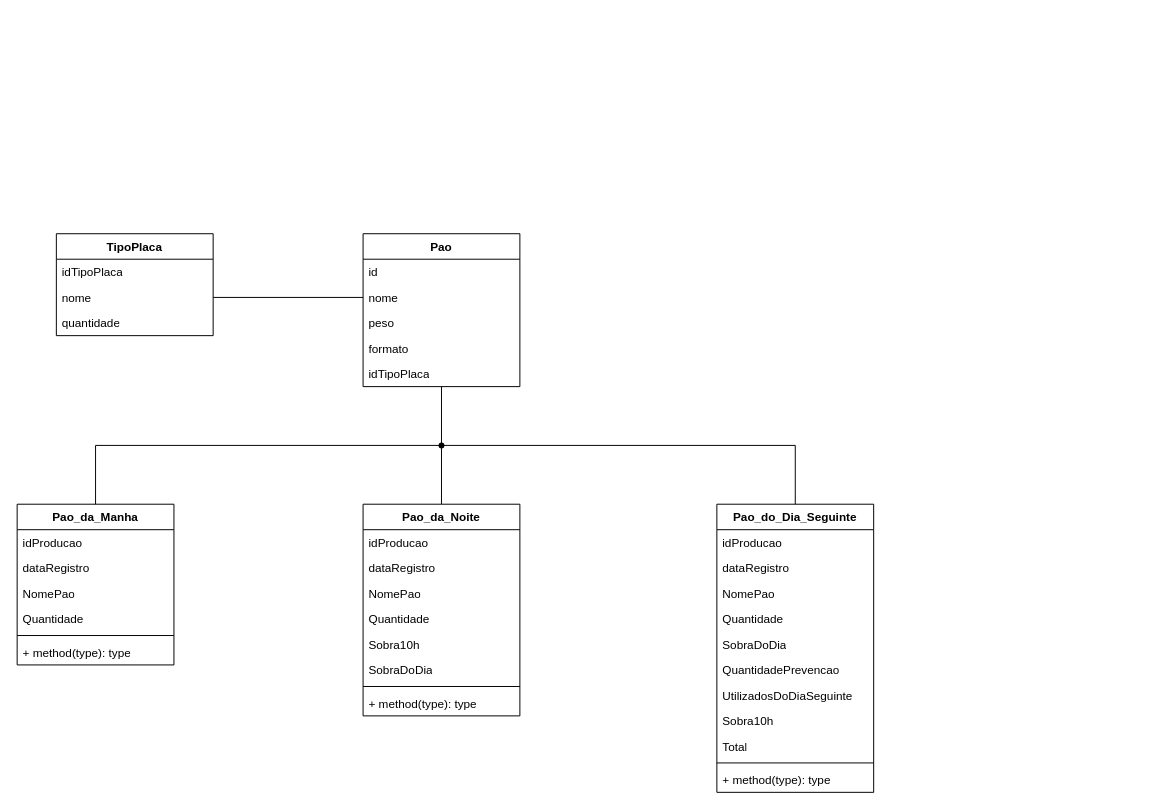
This is Documentação/Diagrama de Classes.drawio from linkisf/app-padaria, a draw.io file, before an edit. Source tidied: cells renumbered, new cells numbered last; positions are measured from the earlier drawing's top-left corner, leaving out a move shared by most shapes. Both pictures are drawn from the tidied source at 98%, with x=0, y=0 at pixel (17, 233).
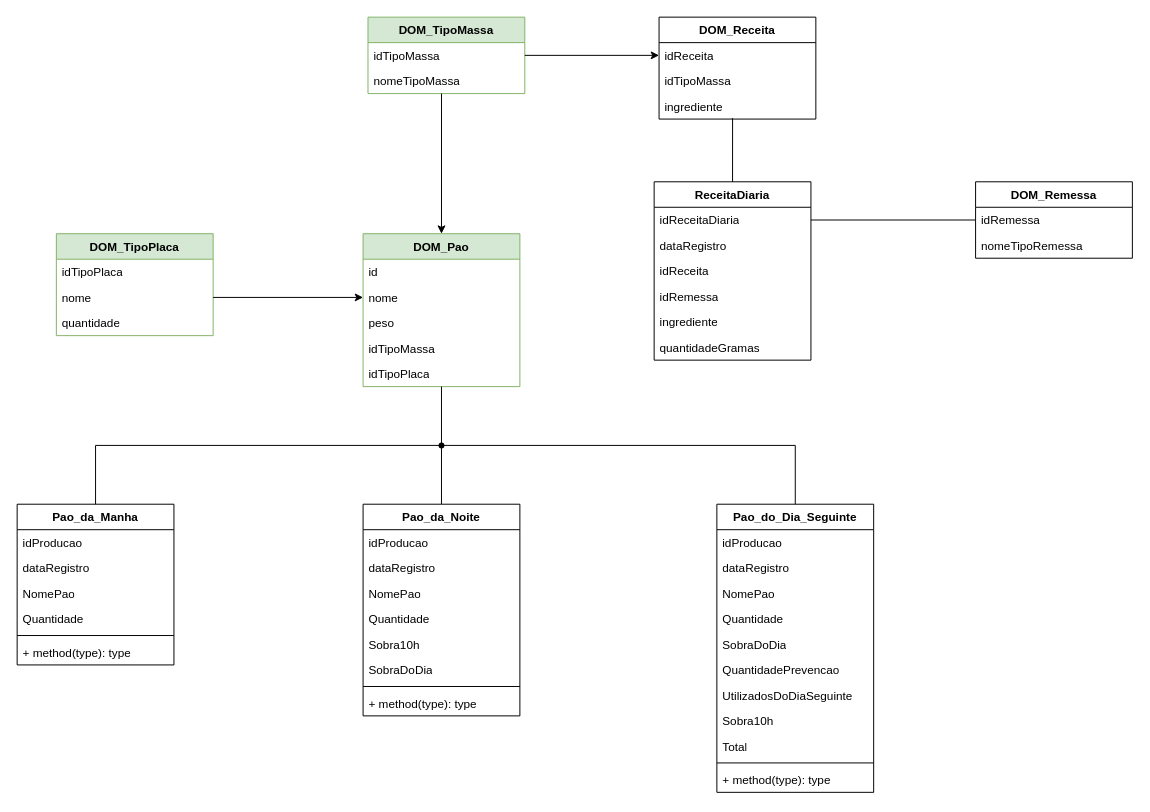
The same diagram, later.

Unchanged cells that the change refers to:
```xml
<mxCell id="4" value="nome" style="text;strokeColor=none;fillColor=none;align=left;verticalAlign=top;spacingLeft=4;spacingRight=4;overflow=hidden;points=[[0,0.5],[1,0.5]];portConstraint=eastwest;whiteSpace=wrap;html=1;" parent="2" vertex="1">
  <mxGeometry y="52" width="160" height="26" as="geometry" />
</mxCell>
<mxCell id="8" value="nome" style="text;strokeColor=none;fillColor=none;align=left;verticalAlign=top;spacingLeft=4;spacingRight=4;overflow=hidden;points=[[0,0.5],[1,0.5]];portConstraint=eastwest;whiteSpace=wrap;html=1;" parent="6" vertex="1">
  <mxGeometry y="52" width="160" height="26" as="geometry" />
</mxCell>
```

The edit, as a diff of the source:
```diff
@@
-    <mxCell id="2" value="TipoPlaca" style="swimlane;fontStyle=1;align=center;verticalAlign=top;horizontal=1;startSize=26;whiteSpace=wrap;html=1;" parent="1" vertex="1">
+    <mxCell id="2" value="DOM_TipoPlaca" style="swimlane;fontStyle=1;align=center;verticalAlign=top;horizontal=1;startSize=26;whiteSpace=wrap;html=1;fillColor=#d5e8d4;strokeColor=#82b366;" parent="1" vertex="1">
       <mxGeometry x="40" width="160" height="104" as="geometry" />
     </mxCell>
@@
-    <mxCell id="6" value="Pao" style="swimlane;fontStyle=1;align=center;verticalAlign=top;horizontal=1;startSize=26;whiteSpace=wrap;html=1;" parent="1" vertex="1">
+    <mxCell id="6" value="DOM_Pao" style="swimlane;fontStyle=1;align=center;verticalAlign=top;horizontal=1;startSize=26;whiteSpace=wrap;html=1;fillColor=#d5e8d4;strokeColor=#82b366;" parent="1" vertex="1">
       <mxGeometry x="353" width="160" height="156" as="geometry" />
     </mxCell>
@@
-    <mxCell id="10" value="formato" style="text;strokeColor=none;fillColor=none;align=left;verticalAlign=top;spacingLeft=4;spacingRight=4;overflow=hidden;whiteSpace=wrap;html=1;" parent="6" vertex="1">
+    <mxCell id="10" value="idTipoMassa" style="text;strokeColor=none;fillColor=none;align=left;verticalAlign=top;spacingLeft=4;spacingRight=4;overflow=hidden;whiteSpace=wrap;html=1;" parent="6" vertex="1">
       <mxGeometry y="104" width="160" height="26" as="geometry" />
     </mxCell>
@@
-    <mxCell id="12" style="edgeStyle=orthogonalEdgeStyle;rounded=0;jettySize=auto;html=1;exitX=1;exitY=0.5;exitDx=0;exitDy=0;entryX=0;entryY=0.5;entryDx=0;entryDy=0;endArrow=none;endFill=0;" parent="1" edge="1" source="4" target="8">
+    <mxCell id="12" style="edgeStyle=orthogonalEdgeStyle;rounded=0;jettySize=auto;html=1;exitX=1;exitY=0.5;exitDx=0;exitDy=0;entryX=0;entryY=0.5;entryDx=0;entryDy=0;endArrow=classic;endFill=1;" parent="1" edge="1" source="4" target="8">
       <mxGeometry relative="1" as="geometry" />
     </mxCell>
@@
+    <mxCell id="46" value="DOM_Receita" style="swimlane;fontStyle=1;align=center;verticalAlign=top;horizontal=1;startSize=26;whiteSpace=wrap;html=1;" parent="1" vertex="1">
+      <mxGeometry x="655" y="-221" width="160" height="104" as="geometry" />
+    </mxCell>
+    <mxCell id="47" value="idReceita" style="text;strokeColor=none;fillColor=none;align=left;verticalAlign=top;spacingLeft=4;spacingRight=4;overflow=hidden;points=[[0,0.5],[1,0.5]];portConstraint=eastwest;whiteSpace=wrap;html=1;" parent="46" vertex="1">
+      <mxGeometry y="26" width="160" height="26" as="geometry" />
+    </mxCell>
+    <mxCell id="48" value="idTipoMassa" style="text;strokeColor=none;fillColor=none;align=left;verticalAlign=top;spacingLeft=4;spacingRight=4;overflow=hidden;whiteSpace=wrap;html=1;" parent="46" vertex="1">
+      <mxGeometry y="52" width="160" height="26" as="geometry" />
+    </mxCell>
+    <mxCell id="49" value="ingrediente" style="text;strokeColor=none;fillColor=none;align=left;verticalAlign=top;spacingLeft=4;spacingRight=4;overflow=hidden;points=[[0,0.5],[1,0.5]];portConstraint=eastwest;whiteSpace=wrap;html=1;" parent="46" vertex="1">
+      <mxGeometry y="78" width="160" height="26" as="geometry" />
+    </mxCell>
+    <mxCell id="50" value="DOM_TipoMassa" style="swimlane;fontStyle=1;align=center;verticalAlign=top;horizontal=1;startSize=26;whiteSpace=wrap;html=1;fillColor=#d5e8d4;strokeColor=#82b366;" parent="1" vertex="1">
+      <mxGeometry x="358" y="-221" width="160" height="78" as="geometry" />
+    </mxCell>
+    <mxCell id="51" value="idTipoMassa" style="text;strokeColor=none;fillColor=none;align=left;verticalAlign=top;spacingLeft=4;spacingRight=4;overflow=hidden;points=[[0,0.5],[1,0.5]];portConstraint=eastwest;whiteSpace=wrap;html=1;" parent="50" vertex="1">
+      <mxGeometry y="26" width="160" height="26" as="geometry" />
+    </mxCell>
+    <mxCell id="52" value="nomeTipoMassa" style="text;strokeColor=none;fillColor=none;align=left;verticalAlign=top;spacingLeft=4;spacingRight=4;overflow=hidden;points=[[0,0.5],[1,0.5]];portConstraint=eastwest;whiteSpace=wrap;html=1;" parent="50" vertex="1">
+      <mxGeometry y="52" width="160" height="26" as="geometry" />
+    </mxCell>
+    <mxCell id="53" style="edgeStyle=orthogonalEdgeStyle;rounded=0;jettySize=auto;html=1;exitX=0.5;exitY=0;exitDx=0;exitDy=0;entryX=0.469;entryY=1;entryDx=0;entryDy=0;entryPerimeter=0;endArrow=none;endFill=0;startArrow=classic;startFill=1;" parent="1" edge="1" source="6" target="52">
+      <mxGeometry relative="1" as="geometry" />
+    </mxCell>
+    <mxCell id="54" value="ReceitaDiaria" style="swimlane;fontStyle=1;align=center;verticalAlign=top;horizontal=1;startSize=26;whiteSpace=wrap;html=1;" parent="1" vertex="1">
+      <mxGeometry x="650" y="-53" width="160" height="182" as="geometry" />
+    </mxCell>
+    <mxCell id="55" value="idReceitaDiaria" style="text;strokeColor=none;fillColor=none;align=left;verticalAlign=top;spacingLeft=4;spacingRight=4;overflow=hidden;points=[[0,0.5],[1,0.5]];portConstraint=eastwest;whiteSpace=wrap;html=1;" parent="54" vertex="1">
+      <mxGeometry y="26" width="160" height="26" as="geometry" />
+    </mxCell>
+    <mxCell id="56" value="dataRegistro" style="text;strokeColor=none;fillColor=none;align=left;verticalAlign=top;spacingLeft=4;spacingRight=4;overflow=hidden;whiteSpace=wrap;html=1;" parent="54" vertex="1">
+      <mxGeometry y="52" width="160" height="26" as="geometry" />
+    </mxCell>
+    <mxCell id="57" value="idReceita" style="text;strokeColor=none;fillColor=none;align=left;verticalAlign=top;spacingLeft=4;spacingRight=4;overflow=hidden;whiteSpace=wrap;html=1;" parent="54" vertex="1">
+      <mxGeometry y="78" width="160" height="26" as="geometry" />
+    </mxCell>
+    <mxCell id="58" value="idRemessa" style="text;strokeColor=none;fillColor=none;align=left;verticalAlign=top;spacingLeft=4;spacingRight=4;overflow=hidden;whiteSpace=wrap;html=1;" parent="54" vertex="1">
+      <mxGeometry y="104" width="160" height="26" as="geometry" />
+    </mxCell>
+    <mxCell id="59" value="ingrediente" style="text;strokeColor=none;fillColor=none;align=left;verticalAlign=top;spacingLeft=4;spacingRight=4;overflow=hidden;whiteSpace=wrap;html=1;" parent="54" vertex="1">
+      <mxGeometry y="130" width="160" height="26" as="geometry" />
+    </mxCell>
+    <mxCell id="60" value="quantidadeGramas" style="text;strokeColor=none;fillColor=none;align=left;verticalAlign=top;spacingLeft=4;spacingRight=4;overflow=hidden;whiteSpace=wrap;html=1;" parent="54" vertex="1">
+      <mxGeometry y="156" width="160" height="26" as="geometry" />
+    </mxCell>
+    <mxCell id="61" style="edgeStyle=orthogonalEdgeStyle;rounded=0;jettySize=auto;html=1;exitX=1;exitY=0.5;exitDx=0;exitDy=0;entryX=0;entryY=0.5;entryDx=0;entryDy=0;endArrow=classic;endFill=1;" parent="1" edge="1" source="51" target="47">
+      <mxGeometry relative="1" as="geometry" />
+    </mxCell>
+    <mxCell id="62" style="edgeStyle=orthogonalEdgeStyle;rounded=0;jettySize=auto;html=1;exitX=0.5;exitY=0;exitDx=0;exitDy=0;entryX=0.469;entryY=0.962;entryDx=0;entryDy=0;entryPerimeter=0;endArrow=none;endFill=0;" parent="1" edge="1" source="54" target="49">
+      <mxGeometry relative="1" as="geometry" />
+    </mxCell>
+    <mxCell id="63" style="edgeStyle=orthogonalEdgeStyle;rounded=0;jettySize=auto;html=1;entryX=1;entryY=0.5;entryDx=0;entryDy=0;endArrow=none;endFill=0;" parent="1" edge="1" source="64" target="55">
+      <mxGeometry relative="1" as="geometry" />
+    </mxCell>
+    <mxCell id="64" value="DOM_Remessa" style="swimlane;fontStyle=1;align=center;verticalAlign=top;horizontal=1;startSize=26;whiteSpace=wrap;html=1;" parent="1" vertex="1">
+      <mxGeometry x="978" y="-53" width="160" height="78" as="geometry" />
+    </mxCell>
+    <mxCell id="65" value="idRemessa" style="text;strokeColor=none;fillColor=none;align=left;verticalAlign=top;spacingLeft=4;spacingRight=4;overflow=hidden;whiteSpace=wrap;html=1;" parent="64" vertex="1">
+      <mxGeometry y="26" width="160" height="26" as="geometry" />
+    </mxCell>
+    <mxCell id="66" value="nomeTipoRemessa" style="text;strokeColor=none;fillColor=none;align=left;verticalAlign=top;spacingLeft=4;spacingRight=4;overflow=hidden;whiteSpace=wrap;html=1;" parent="64" vertex="1">
+      <mxGeometry y="52" width="160" height="26" as="geometry" />
+    </mxCell>
```
